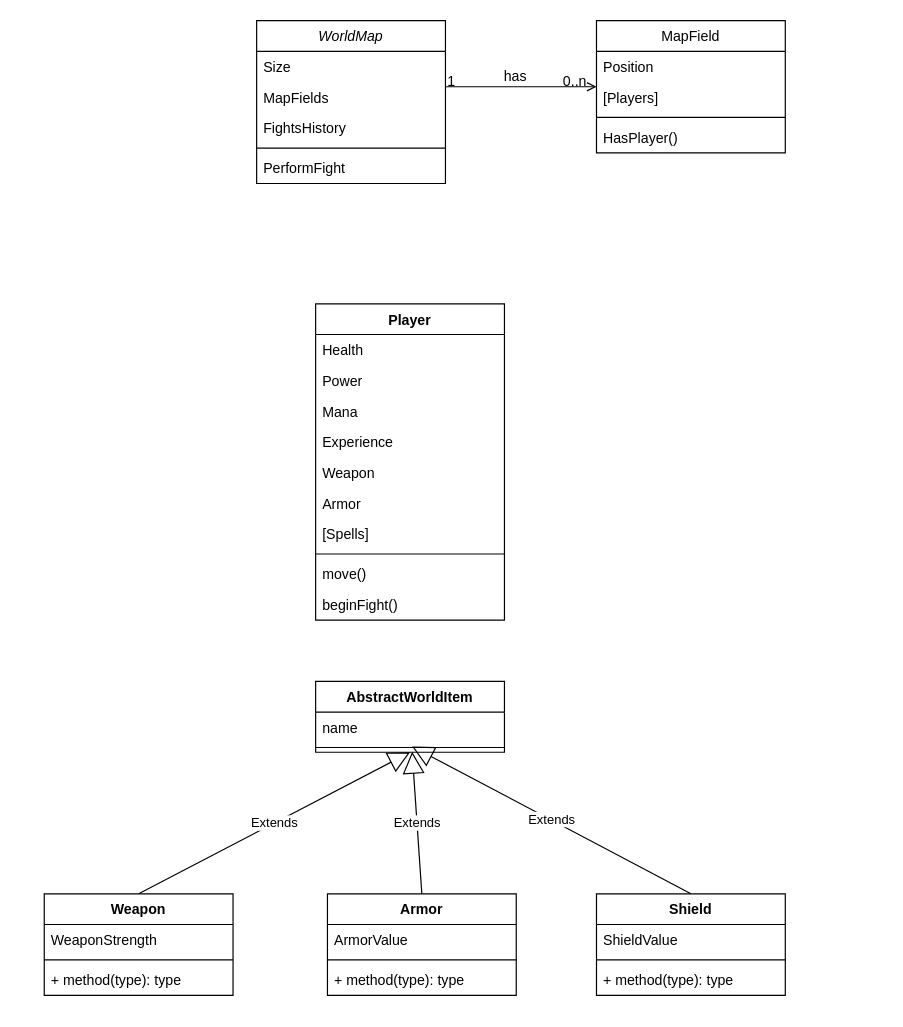
Before: PO1.drawio in Piotreqsl/oolab, a draw.io diagram. Source tidied: cells renumbered, new cells numbered last; positions are measured from the earlier drawing's top-left corner, leaving out a move shared by most shapes. Both pictures are drawn from the tidied source at 118%, with x=0, y=0 at pixel (44, 20).
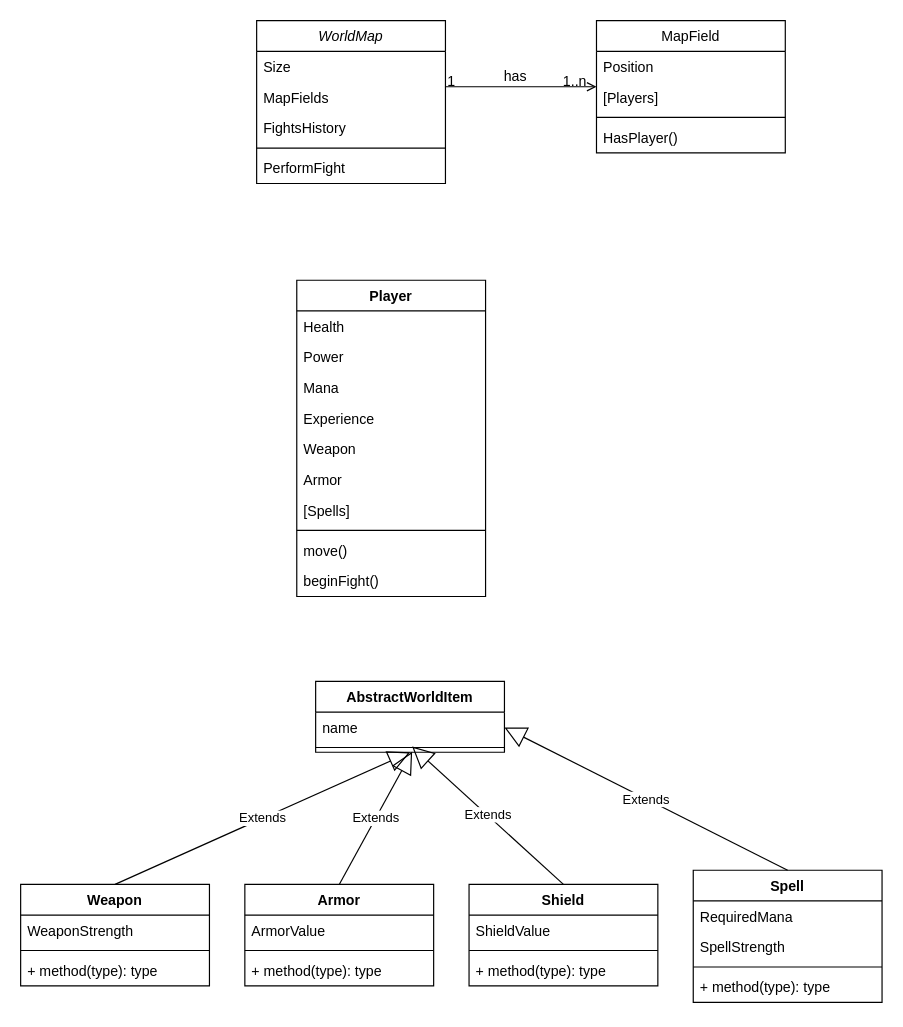
The same diagram, later.

The change refers to these unchanged cells:
```xml
<mxCell id="13" style="endArrow=open;shadow=0;strokeWidth=1;rounded=0;endFill=1;edgeStyle=elbowEdgeStyle;elbow=vertical;" parent="1" edge="1" source="2" target="8">
  <mxGeometry x="0.5" y="41" relative="1" as="geometry">
    <mxPoint x="-40" y="32" as="offset" />
  </mxGeometry>
</mxCell>
<mxCell id="29" value="name" style="text;strokeColor=none;fillColor=none;align=left;verticalAlign=top;spacingLeft=4;spacingRight=4;overflow=hidden;points=[[0,0.5],[1,0.5]];portConstraint=eastwest;" parent="28" vertex="1">
  <mxGeometry y="26" width="160" height="26" as="geometry" />
</mxCell>
```

Diff of the diagram source:
```diff
@@
-    <mxCell id="15" value="0..n" style="align=right;verticalAlign=bottom;labelBackgroundColor=none;fontSize=12;" parent="13" vertex="1">
+    <mxCell id="15" value="1..n" style="align=right;verticalAlign=bottom;labelBackgroundColor=none;fontSize=12;" parent="13" vertex="1">
       <mxGeometry x="1" relative="1" as="geometry">
         <mxPoint x="-7" y="4" as="offset" />
       </mxGeometry>
     </mxCell>
@@
     <mxCell id="17" value="Player" style="swimlane;fontStyle=1;align=center;verticalAlign=top;horizontal=1;startSize=26;" parent="1" vertex="1">
-      <mxGeometry x="230" y="240" width="160" height="268" as="geometry" />
+      <mxGeometry x="214" y="220" width="160" height="268" as="geometry" />
     </mxCell>
@@
     <mxCell id="32" value="Weapon" style="swimlane;fontStyle=1;align=center;verticalAlign=top;horizontal=1;startSize=26;" parent="1" vertex="1">
-      <mxGeometry y="740" width="160" height="86" as="geometry" />
+      <mxGeometry x="-20" y="732" width="160" height="86" as="geometry" />
     </mxCell>
@@
     <mxCell id="36" value="Armor" style="swimlane;fontStyle=1;align=center;verticalAlign=top;horizontal=1;startSize=26;" parent="1" vertex="1">
-      <mxGeometry x="240" y="740" width="160" height="86" as="geometry" />
+      <mxGeometry x="170" y="732" width="160" height="86" as="geometry" />
     </mxCell>
@@
     <mxCell id="40" value="Shield" style="swimlane;fontStyle=1;align=center;verticalAlign=top;horizontal=1;startSize=26;" parent="1" vertex="1">
-      <mxGeometry x="468" y="740" width="160" height="86" as="geometry" />
+      <mxGeometry x="360" y="732" width="160" height="86" as="geometry" />
     </mxCell>
@@
+    <mxCell id="46" value="Spell" style="swimlane;fontStyle=1;align=center;verticalAlign=top;horizontal=1;startSize=26;" parent="1" vertex="1">
+      <mxGeometry x="550" y="720" width="160" height="112" as="geometry" />
+    </mxCell>
+    <mxCell id="47" value="RequiredMana" style="text;strokeColor=none;fillColor=none;align=left;verticalAlign=top;spacingLeft=4;spacingRight=4;overflow=hidden;" parent="46" vertex="1">
+      <mxGeometry y="26" width="160" height="26" as="geometry" />
+    </mxCell>
+    <mxCell id="48" value="SpellStrength" style="text;strokeColor=none;fillColor=none;align=left;verticalAlign=top;spacingLeft=4;spacingRight=4;overflow=hidden;" parent="46" vertex="1">
+      <mxGeometry y="52" width="160" height="26" as="geometry" />
+    </mxCell>
+    <mxCell id="49" style="line;strokeWidth=1;fillColor=none;align=left;verticalAlign=middle;spacingTop=-1;spacingLeft=3;spacingRight=3;labelPosition=right;strokeColor=inherit;" parent="46" vertex="1">
+      <mxGeometry y="78" width="160" height="8" as="geometry" />
+    </mxCell>
+    <mxCell id="50" value="+ method(type): type" style="text;strokeColor=none;fillColor=none;align=left;verticalAlign=top;spacingLeft=4;spacingRight=4;overflow=hidden;" parent="46" vertex="1">
+      <mxGeometry y="86" width="160" height="26" as="geometry" />
+    </mxCell>
+    <mxCell id="51" value="Extends" style="endArrow=block;endSize=16;endFill=0;html=1;rounded=0;exitX=0.5;exitY=0;exitDx=0;exitDy=0;entryX=1;entryY=0.5;entryDx=0;entryDy=0;" parent="1" edge="1" source="46" target="29">
+      <mxGeometry relative="1" as="geometry" />
+    </mxCell>
```
